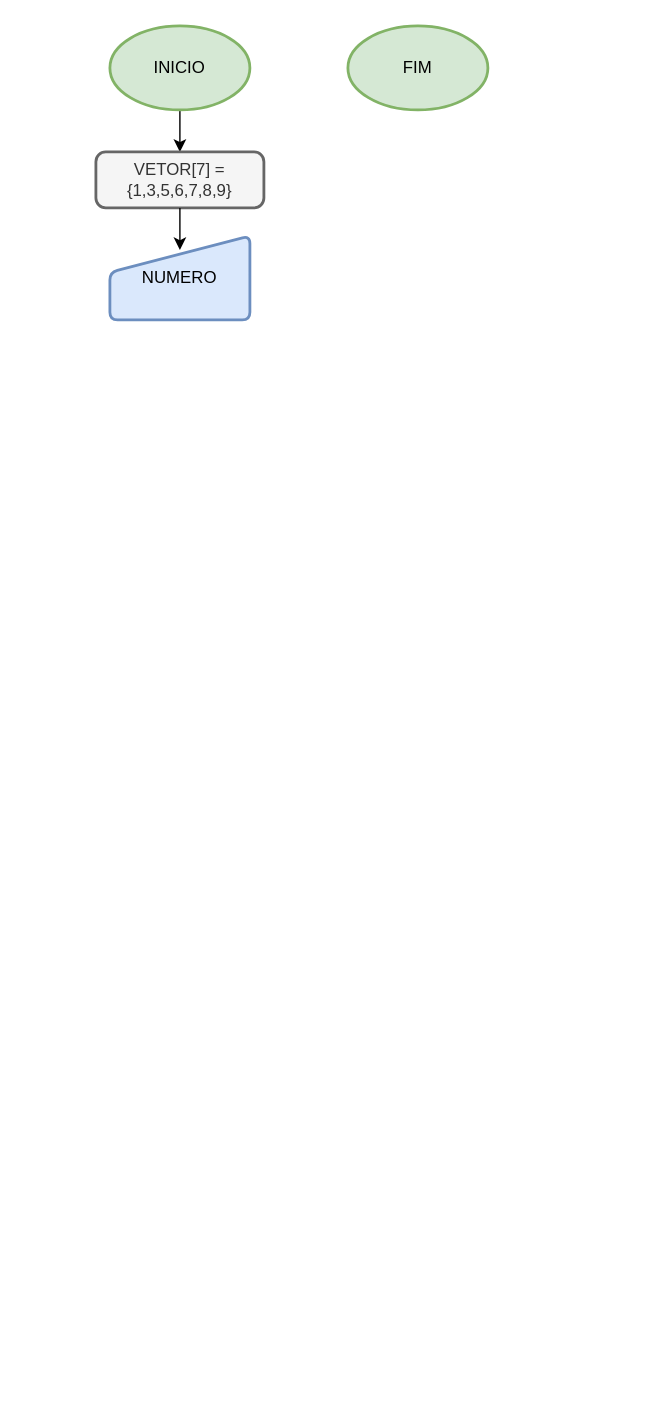
Above: fluxogramas/Vetor_Ex_Proposto_002.drawio in thisouza01/bootcamp-cobol (draw.io), before the change. Source tidied: cells renumbered, new cells numbered last; positions are measured from the earlier drawing's top-left corner, leaving out a move shared by most shapes. Both pictures are drawn from the tidied source at 140%, with x=0, y=0 at pixel (95, 25).
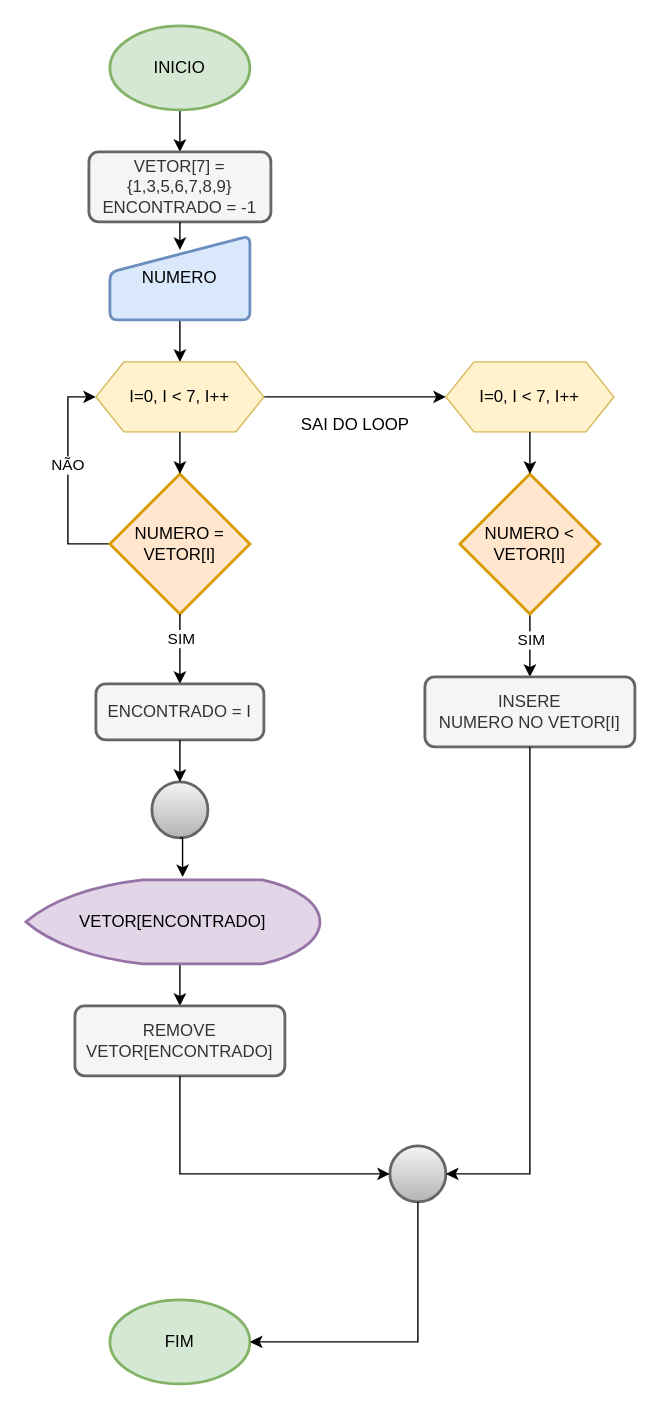
The same diagram, later.

Unchanged cells that the change refers to:
```xml
<mxCell id="5" value="NUMERO" style="html=1;strokeWidth=2;shape=manualInput;whiteSpace=wrap;rounded=1;size=26;arcSize=11;fillColor=#dae8fc;strokeColor=#6c8ebf;gradientColor=none;" parent="1" vertex="1">
  <mxGeometry x="10" y="150" width="100" height="60" as="geometry" />
</mxCell>
```

The edit, as a diff of the source:
```diff
@@
     <mxCell id="2" value="FIM" style="strokeWidth=2;html=1;shape=mxgraph.flowchart.start_1;whiteSpace=wrap;fillColor=#d5e8d4;strokeColor=#82b366;" parent="1" vertex="1">
-      <mxGeometry x="180" width="100" height="60" as="geometry" />
+      <mxGeometry x="10" y="910" width="100" height="60" as="geometry" />
     </mxCell>
@@
+    <mxCell id="8" style="edgeStyle=orthogonalEdgeStyle;rounded=0;jettySize=auto;html=1;exitX=0.5;exitY=1;exitDx=0;exitDy=0;" parent="1" edge="1" source="5" target="13">
+      <mxGeometry relative="1" as="geometry" />
+    </mxCell>
@@
-    <mxCell id="6" value="VETOR[7] = {1,3,5,6,7,8,9}" style="rounded=1;whiteSpace=wrap;html=1;absoluteArcSize=1;arcSize=14;strokeWidth=2;fillColor=#f5f5f5;fontColor=#333333;strokeColor=#666666;" parent="1" vertex="1">
-      <mxGeometry y="90" width="120" height="40" as="geometry" />
+    <mxCell id="6" value="VETOR[7] = {1,3,5,6,7,8,9}&lt;div&gt;ENCONTRADO = -1&lt;/div&gt;" style="rounded=1;whiteSpace=wrap;html=1;absoluteArcSize=1;arcSize=14;strokeWidth=2;fillColor=#f5f5f5;fontColor=#333333;strokeColor=#666666;" parent="1" vertex="1">
+      <mxGeometry x="-5" y="90" width="130" height="50" as="geometry" />
     </mxCell>
@@
+    <mxCell id="9" style="edgeStyle=orthogonalEdgeStyle;rounded=0;jettySize=auto;html=1;exitX=0;exitY=0.5;exitDx=0;exitDy=0;exitPerimeter=0;entryX=0;entryY=0.5;entryDx=0;entryDy=0;" parent="1" edge="1" source="11" target="13">
+      <mxGeometry relative="1" as="geometry" />
+    </mxCell>
+    <mxCell id="10" value="NÃO" style="edgeLabel;html=1;align=center;verticalAlign=middle;" parent="9" vertex="1">
+      <mxGeometry x="0.12" y="1" relative="1" as="geometry" />
+    </mxCell>
+    <mxCell id="11" value="NUMERO = VETOR[I]" style="strokeWidth=2;html=1;shape=mxgraph.flowchart.decision;whiteSpace=wrap;fillColor=#ffe6cc;strokeColor=#d79b00;" parent="1" vertex="1">
+      <mxGeometry x="10" y="320" width="100" height="100" as="geometry" />
+    </mxCell>
+    <mxCell id="12" style="edgeStyle=orthogonalEdgeStyle;rounded=0;jettySize=auto;html=1;exitX=1;exitY=0.5;exitDx=0;exitDy=0;entryX=0;entryY=0.5;entryDx=0;entryDy=0;" parent="1" edge="1" source="13">
+      <mxGeometry relative="1" as="geometry">
+        <mxPoint x="250" y="265" as="targetPoint" />
+      </mxGeometry>
+    </mxCell>
+    <mxCell id="13" value="I=0, I &amp;lt; 7, I++" style="shape=hexagon;perimeter=hexagonPerimeter2;whiteSpace=wrap;html=1;fixedSize=1;fillColor=#fff2cc;strokeColor=#d6b656;" parent="1" vertex="1">
+      <mxGeometry y="240" width="120" height="50" as="geometry" />
+    </mxCell>
+    <mxCell id="14" style="edgeStyle=orthogonalEdgeStyle;rounded=0;jettySize=auto;html=1;exitX=0.5;exitY=1;exitDx=0;exitDy=0;entryX=0.5;entryY=0;entryDx=0;entryDy=0;entryPerimeter=0;" parent="1" edge="1" source="13" target="11">
+      <mxGeometry relative="1" as="geometry" />
+    </mxCell>
+    <mxCell id="15" style="strokeWidth=2;html=1;shape=mxgraph.flowchart.start_2;whiteSpace=wrap;fillColor=#f5f5f5;gradientColor=#b3b3b3;strokeColor=#666666;" parent="1" vertex="1">
+      <mxGeometry x="40" y="540" width="40" height="40" as="geometry" />
+    </mxCell>
+    <mxCell id="16" style="edgeStyle=orthogonalEdgeStyle;rounded=0;jettySize=auto;html=1;exitX=0.5;exitY=1;exitDx=0;exitDy=0;exitPerimeter=0;entryX=0.5;entryY=0;entryDx=0;entryDy=0;" parent="1" edge="1" source="17" target="23">
+      <mxGeometry relative="1" as="geometry" />
+    </mxCell>
+    <mxCell id="17" value="VETOR[ENCONTRADO]" style="strokeWidth=2;html=1;shape=mxgraph.flowchart.display;whiteSpace=wrap;fillColor=#e1d5e7;strokeColor=#9673a6;" parent="1" vertex="1">
+      <mxGeometry x="-50" y="610" width="210" height="60" as="geometry" />
+    </mxCell>
+    <mxCell id="18" value="SAI DO LOOP" style="text;html=1;align=center;verticalAlign=middle;strokeColor=none;fillColor=none;" parent="1" vertex="1">
+      <mxGeometry x="135" y="270" width="100" height="30" as="geometry" />
+    </mxCell>
+    <mxCell id="19" style="edgeStyle=orthogonalEdgeStyle;rounded=0;jettySize=auto;html=1;exitX=0.5;exitY=1;exitDx=0;exitDy=0;exitPerimeter=0;entryX=0.5;entryY=0;entryDx=0;entryDy=0;entryPerimeter=0;" parent="1" edge="1" source="11" target="21">
+      <mxGeometry relative="1" as="geometry" />
+    </mxCell>
+    <mxCell id="20" value="SIM" style="edgeLabel;html=1;align=center;verticalAlign=middle;" parent="19" vertex="1">
+      <mxGeometry x="-0.32" relative="1" as="geometry" />
+    </mxCell>
+    <mxCell id="21" value="ENCONTRADO = I" style="rounded=1;whiteSpace=wrap;html=1;absoluteArcSize=1;arcSize=14;strokeWidth=2;fillColor=#f5f5f5;fontColor=#333333;strokeColor=#666666;" parent="1" vertex="1">
+      <mxGeometry y="470" width="120" height="40" as="geometry" />
+    </mxCell>
+    <mxCell id="22" style="edgeStyle=orthogonalEdgeStyle;rounded=0;jettySize=auto;html=1;exitX=0.5;exitY=1;exitDx=0;exitDy=0;entryX=0.5;entryY=0;entryDx=0;entryDy=0;entryPerimeter=0;" parent="1" edge="1" source="21" target="15">
+      <mxGeometry relative="1" as="geometry" />
+    </mxCell>
+    <mxCell id="23" value="REMOVE VETOR[ENCONTRADO]" style="rounded=1;whiteSpace=wrap;html=1;absoluteArcSize=1;arcSize=14;strokeWidth=2;fillColor=#f5f5f5;fontColor=#333333;strokeColor=#666666;" parent="1" vertex="1">
+      <mxGeometry x="-15" y="700" width="150" height="50" as="geometry" />
+    </mxCell>
+    <mxCell id="24" style="strokeWidth=2;html=1;shape=mxgraph.flowchart.start_2;whiteSpace=wrap;fillColor=#f5f5f5;gradientColor=#b3b3b3;strokeColor=#666666;" parent="1" vertex="1">
+      <mxGeometry x="210" y="800" width="40" height="40" as="geometry" />
+    </mxCell>
+    <mxCell id="25" style="edgeStyle=orthogonalEdgeStyle;rounded=0;jettySize=auto;html=1;exitX=0.5;exitY=1;exitDx=0;exitDy=0;entryX=0;entryY=0.5;entryDx=0;entryDy=0;entryPerimeter=0;" parent="1" edge="1" source="23" target="24">
+      <mxGeometry relative="1" as="geometry" />
+    </mxCell>
+    <mxCell id="26" value="I=0, I &amp;lt; 7, I++" style="shape=hexagon;perimeter=hexagonPerimeter2;whiteSpace=wrap;html=1;fixedSize=1;fillColor=#fff2cc;strokeColor=#d6b656;" parent="1" vertex="1">
+      <mxGeometry x="250" y="240" width="120" height="50" as="geometry" />
+    </mxCell>
+    <mxCell id="27" style="edgeStyle=orthogonalEdgeStyle;rounded=0;jettySize=auto;html=1;exitX=0.5;exitY=1;exitDx=0;exitDy=0;exitPerimeter=0;" parent="1" edge="1" source="29" target="32">
+      <mxGeometry relative="1" as="geometry" />
+    </mxCell>
+    <mxCell id="28" value="SIM" style="edgeLabel;html=1;align=center;verticalAlign=middle;" parent="27" vertex="1">
+      <mxGeometry x="-0.2" relative="1" as="geometry" />
+    </mxCell>
+    <mxCell id="29" value="NUMERO &amp;lt; VETOR[I]" style="strokeWidth=2;html=1;shape=mxgraph.flowchart.decision;whiteSpace=wrap;fillColor=#ffe6cc;strokeColor=#d79b00;" parent="1" vertex="1">
+      <mxGeometry x="260" y="320" width="100" height="100" as="geometry" />
+    </mxCell>
+    <mxCell id="30" style="edgeStyle=orthogonalEdgeStyle;rounded=0;jettySize=auto;html=1;exitX=0.5;exitY=1;exitDx=0;exitDy=0;entryX=0.5;entryY=0;entryDx=0;entryDy=0;entryPerimeter=0;" parent="1" edge="1" source="26" target="29">
+      <mxGeometry relative="1" as="geometry" />
+    </mxCell>
+    <mxCell id="31" style="edgeStyle=orthogonalEdgeStyle;rounded=0;jettySize=auto;html=1;exitX=0.5;exitY=1;exitDx=0;exitDy=0;exitPerimeter=0;entryX=0.533;entryY=-0.033;entryDx=0;entryDy=0;entryPerimeter=0;" parent="1" edge="1" source="15" target="17">
+      <mxGeometry relative="1" as="geometry" />
+    </mxCell>
+    <mxCell id="32" value="INSERE&lt;div&gt;NUMERO NO VETOR[I]&lt;/div&gt;" style="rounded=1;whiteSpace=wrap;html=1;absoluteArcSize=1;arcSize=14;strokeWidth=2;fillColor=#f5f5f5;fontColor=#333333;strokeColor=#666666;" parent="1" vertex="1">
+      <mxGeometry x="235" y="465" width="150" height="50" as="geometry" />
+    </mxCell>
+    <mxCell id="33" style="edgeStyle=orthogonalEdgeStyle;rounded=0;jettySize=auto;html=1;exitX=0.5;exitY=1;exitDx=0;exitDy=0;entryX=1;entryY=0.5;entryDx=0;entryDy=0;entryPerimeter=0;" parent="1" edge="1" source="32" target="24">
+      <mxGeometry relative="1" as="geometry" />
+    </mxCell>
+    <mxCell id="34" style="edgeStyle=orthogonalEdgeStyle;rounded=0;jettySize=auto;html=1;exitX=0.5;exitY=1;exitDx=0;exitDy=0;exitPerimeter=0;entryX=1;entryY=0.5;entryDx=0;entryDy=0;entryPerimeter=0;" parent="1" edge="1" source="24" target="2">
+      <mxGeometry relative="1" as="geometry" />
+    </mxCell>
```
